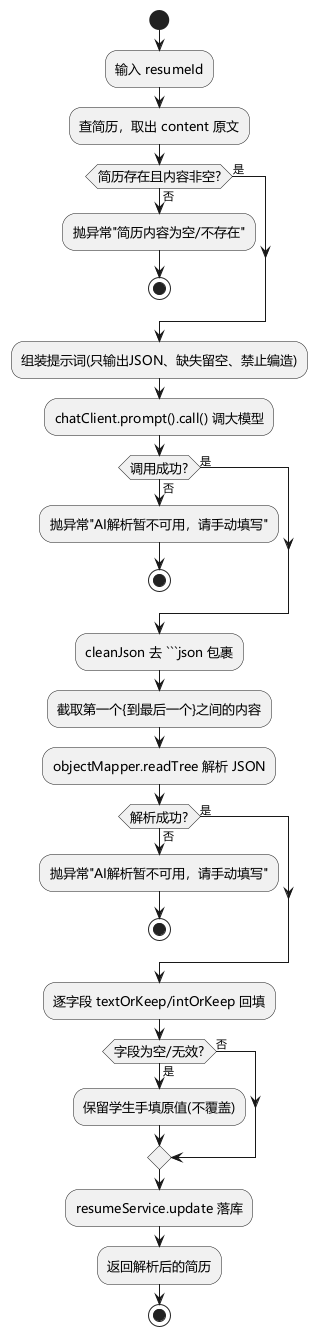
Before: uml/png/李翔/AI简历解析核心算法流程图.png, a diagram exported from PlantUML (sheep7-bot/recruit-internship-system). Its diagram source:
````plantuml
@startuml AI简历解析核心算法流程图
skinparam defaultFontName "Microsoft YaHei"
skinparam activityDiamondFontSize 13
skinparam activityFontSize 13
skinparam defaultTextAlignment center

start
:输入 resumeId;
:查简历，取出 content 原文;
if (简历存在且内容非空?) then (否)
  :抛异常"简历内容为空/不存在";
  stop
else (是)
endif
:组装提示词(只输出JSON、缺失留空、禁止编造);
:chatClient.prompt().call() 调大模型;
if (调用成功?) then (否)
  :抛异常"AI解析暂不可用，请手动填写";
  stop
else (是)
endif
:cleanJson 去 ```json 包裹;
:截取第一个{到最后一个}之间的内容;
:objectMapper.readTree 解析 JSON;
if (解析成功?) then (否)
  :抛异常"AI解析暂不可用，请手动填写";
  stop
else (是)
endif
:逐字段 textOrKeep/intOrKeep 回填;
if (字段为空/无效?) then (是)
  :保留学生手填原值(不覆盖);
else (否)
endif
:resumeService.update 落库;
:返回解析后的简历;
stop
@enduml
````
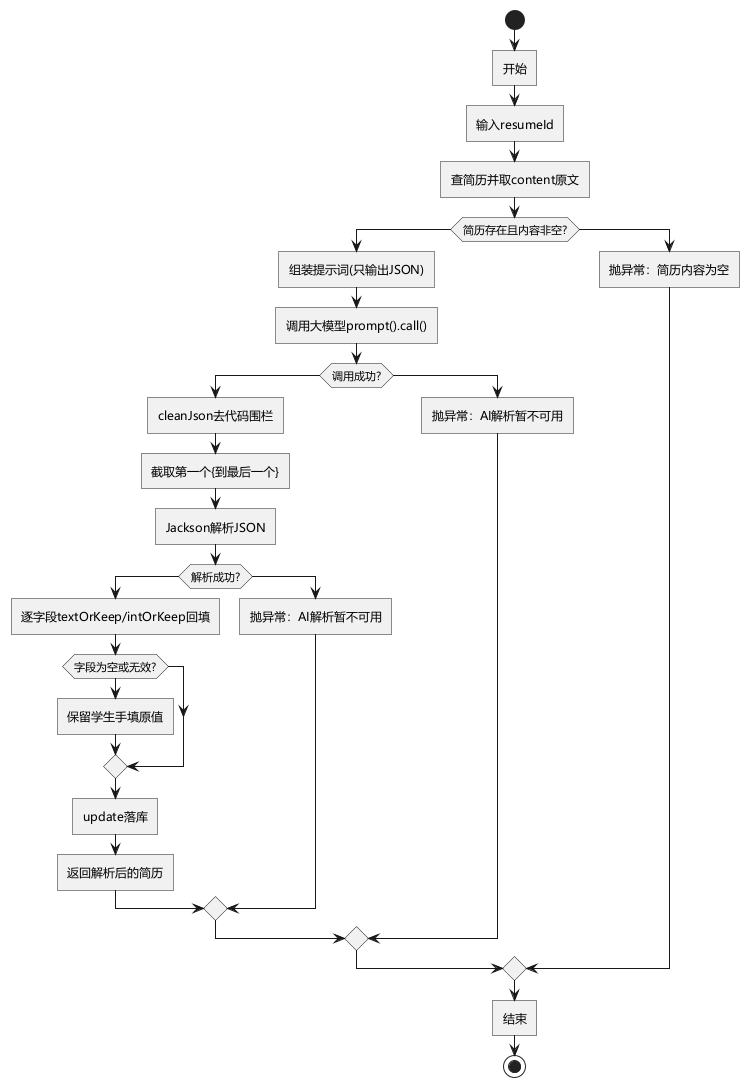
After the commit.

What changed in the source:
````diff
@@ -1,38 +1,35 @@
 @startuml AI简历解析核心算法流程图
 skinparam defaultFontName "Microsoft YaHei"
-skinparam activityDiamondFontSize 13
-skinparam activityFontSize 13
-skinparam defaultTextAlignment center
+skinparam roundCorner 0
 
 start
-:输入 resumeId;
-:查简历，取出 content 原文;
-if (简历存在且内容非空?) then (否)
-  :抛异常"简历内容为空/不存在";
-  stop
-else (是)
+:开始;
+:输入resumeId;
+:查简历并取content原文;
+if (简历存在且内容非空?) then
+  :组装提示词(只输出JSON);
+  :调用大模型prompt().call();
+  if (调用成功?) then
+    :cleanJson去代码围栏;
+    :截取第一个{到最后一个};
+    :Jackson解析JSON;
+    if (解析成功?) then
+      :逐字段textOrKeep/intOrKeep回填;
+      if (字段为空或无效?) then
+        :保留学生手填原值;
+      else
+      endif
+      :update落库;
+      :返回解析后的简历;
+    else
+      :抛异常：AI解析暂不可用;
+    endif
+  else
+    :抛异常：AI解析暂不可用;
+  endif
+else
+  :抛异常：简历内容为空;
 endif
-:组装提示词(只输出JSON、缺失留空、禁止编造);
-:chatClient.prompt().call() 调大模型;
-if (调用成功?) then (否)
-  :抛异常"AI解析暂不可用，请手动填写";
-  stop
-else (是)
-endif
-:cleanJson 去 ```json 包裹;
-:截取第一个{到最后一个}之间的内容;
-:objectMapper.readTree 解析 JSON;
-if (解析成功?) then (否)
-  :抛异常"AI解析暂不可用，请手动填写";
-  stop
-else (是)
-endif
-:逐字段 textOrKeep/intOrKeep 回填;
-if (字段为空/无效?) then (是)
-  :保留学生手填原值(不覆盖);
-else (否)
-endif
-:resumeService.update 落库;
-:返回解析后的简历;
+:结束;
 stop
 @enduml
````
